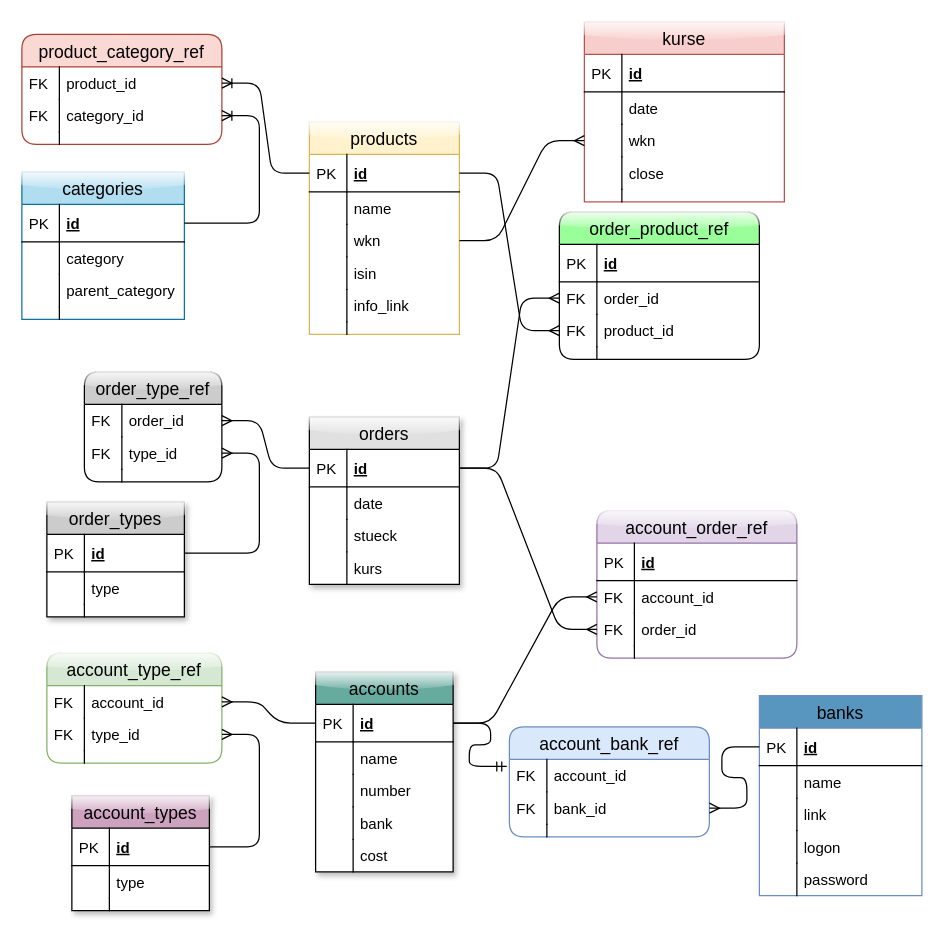
Before: database/investment/design/relationships.drawio in l07p/pi_server, a draw.io diagram. Source tidied: cells renumbered, new cells numbered last; positions are measured from the earlier drawing's top-left corner, leaving out a move shared by most shapes. Both pictures are drawn from the tidied source at 125%, with x=0, y=0 at pixel (21, 21).
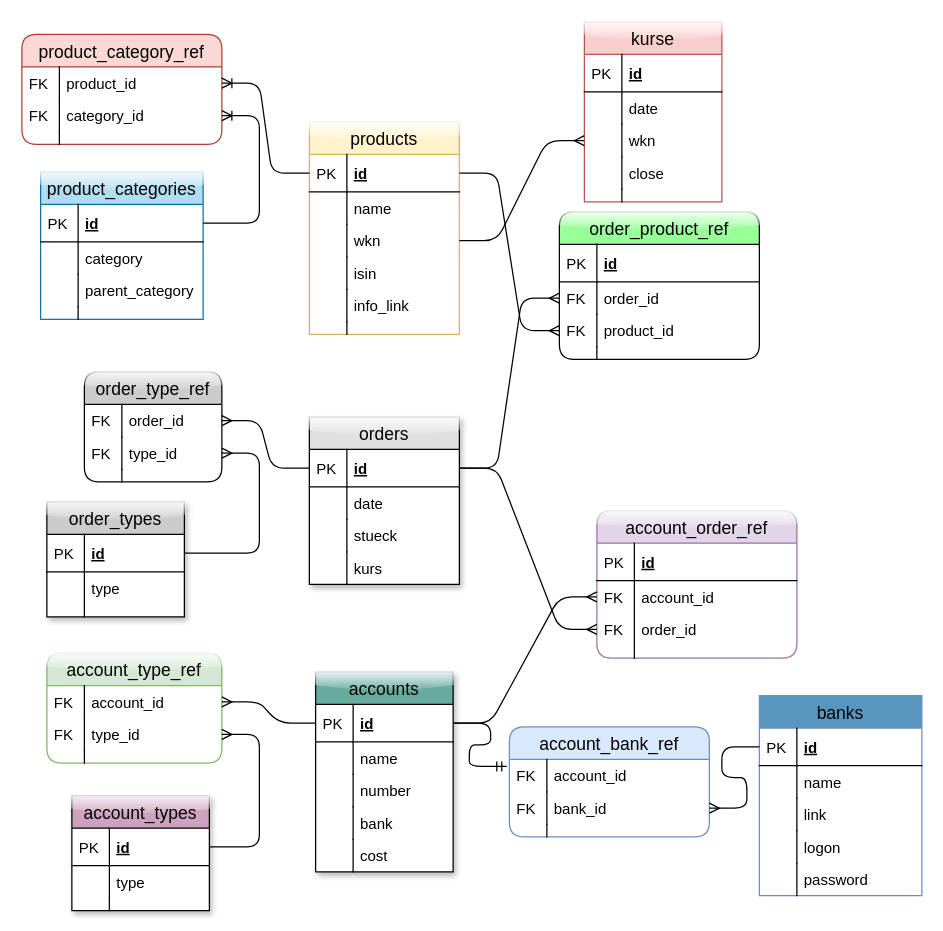
After the change.

What changed in the source:
```diff
@@
-    <mxCell id="15" value="categories" style="swimlane;fontStyle=0;horizontal=1;startSize=26;fillColor=#b1ddf0;swimlaneFillColor=#ffffff;align=center;fontSize=14;strokeColor=#10739e;glass=1;" parent="1" vertex="1">
-      <mxGeometry y="120" width="130" height="118" as="geometry" />
+    <mxCell id="15" value="product_categories" style="swimlane;fontStyle=0;horizontal=1;startSize=26;fillColor=#b1ddf0;swimlaneFillColor=#ffffff;align=center;fontSize=14;strokeColor=#10739e;glass=1;" parent="1" vertex="1">
+      <mxGeometry x="15" y="120" width="130" height="118" as="geometry" />
     </mxCell>
@@
     <mxCell id="107" value="kurse" style="swimlane;fontStyle=0;horizontal=1;startSize=26;fillColor=#f8cecc;swimlaneFillColor=#ffffff;align=center;fontSize=14;rounded=0;shadow=0;glass=1;strokeColor=#b85450;" parent="1" vertex="1">
-      <mxGeometry x="450" width="160" height="144" as="geometry" />
+      <mxGeometry x="450" width="110" height="144" as="geometry" />
     </mxCell>
     <mxCell id="108" value="id" style="shape=partialRectangle;top=0;left=0;right=0;bottom=1;align=left;verticalAlign=middle;fillColor=none;spacingLeft=34;spacingRight=4;overflow=hidden;fontStyle=5;fontSize=12;" parent="107" vertex="1">
-      <mxGeometry y="26" width="160" height="30" as="geometry" />
+      <mxGeometry y="26" width="110" height="30" as="geometry" />
     </mxCell>
@@
     <mxCell id="110" value="date" style="shape=partialRectangle;top=0;left=0;right=0;bottom=0;align=left;verticalAlign=top;fillColor=none;spacingLeft=34;spacingRight=4;overflow=hidden;fontSize=12;" parent="107" vertex="1">
-      <mxGeometry y="56" width="160" height="26" as="geometry" />
+      <mxGeometry y="56" width="110" height="26" as="geometry" />
     </mxCell>
@@
     <mxCell id="112" value="wkn" style="shape=partialRectangle;top=0;left=0;right=0;bottom=0;align=left;verticalAlign=top;fillColor=none;spacingLeft=34;spacingRight=4;overflow=hidden;points=[[0,0.5],[1,0.5]];portConstraint=eastwest;fontSize=12;" parent="107" vertex="1">
-      <mxGeometry y="82" width="160" height="26" as="geometry" />
+      <mxGeometry y="82" width="110" height="26" as="geometry" />
     </mxCell>
@@
     <mxCell id="114" value="close" style="shape=partialRectangle;top=0;left=0;right=0;bottom=0;align=left;verticalAlign=top;fillColor=none;spacingLeft=34;spacingRight=4;overflow=hidden;fontSize=12;" parent="107" vertex="1">
-      <mxGeometry y="108" width="160" height="26" as="geometry" />
+      <mxGeometry y="108" width="110" height="26" as="geometry" />
     </mxCell>
@@
     <mxCell id="116" style="shape=partialRectangle;top=0;left=0;right=0;bottom=0;align=left;verticalAlign=top;fillColor=none;spacingLeft=34;spacingRight=4;overflow=hidden;fontSize=12;" parent="107" vertex="1">
-      <mxGeometry y="134" width="160" height="10" as="geometry" />
+      <mxGeometry y="134" width="110" height="10" as="geometry" />
     </mxCell>
```
